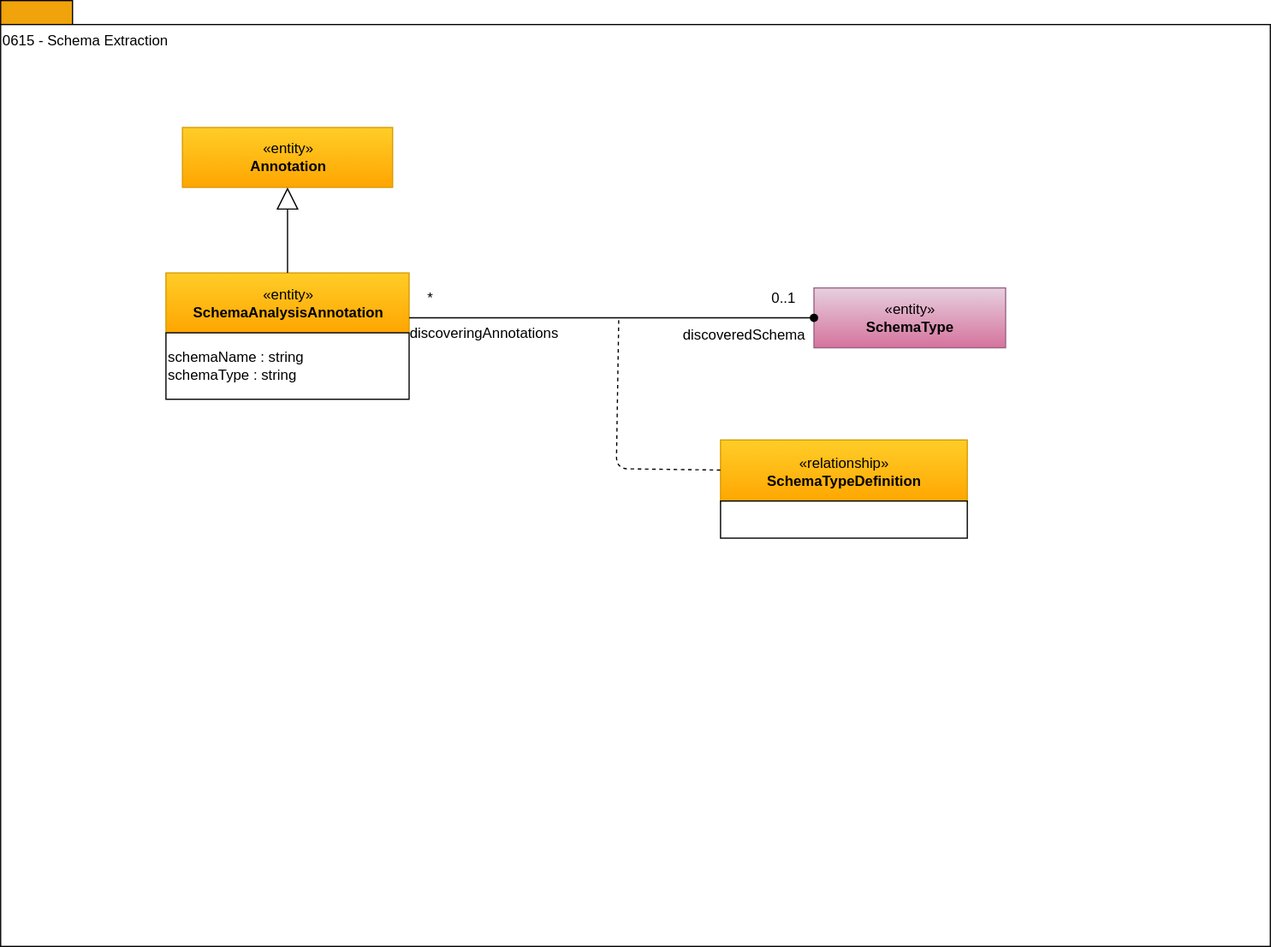
This is site/docs/types/6/0615-Schema-Extraction.svg from odpi/egeria-docs, a draw.io export, as it was before one commit. Source tidied: cells renumbered, new cells last; positions are measured from the earlier drawing's top-left corner, leaving out a move shared by most shapes.
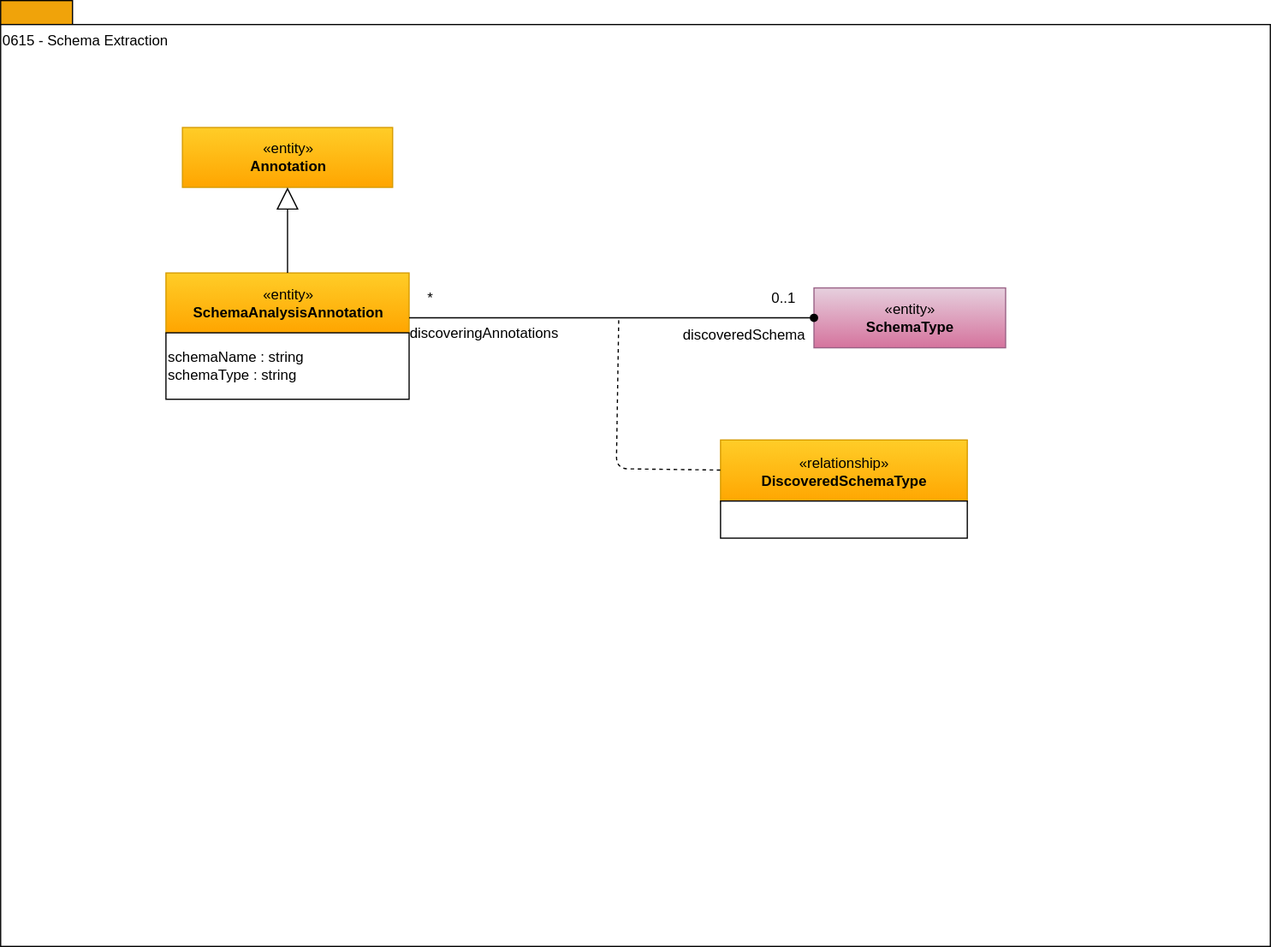
The same diagram one commit later.

The edit, as a diff of the source:
```diff
@@ -32,7 +32,7 @@
     <mxCell id="11" value="0..1" style="text;html=1;strokeColor=none;fillColor=none;align=center;verticalAlign=middle;whiteSpace=wrap;rounded=0;" parent="1" vertex="1">
       <mxGeometry x="634" y="239" width="40" height="20" as="geometry" />
     </mxCell>
-    <mxCell id="12" value="«relationship»&lt;br&gt;&lt;b&gt;SchemaTypeDefinition&lt;/b&gt;" style="html=1;strokeColor=#d79b00;align=center;fillColor=#ffcd28;gradientColor=#ffa500;" parent="1" vertex="1">
+    <mxCell id="12" value="«relationship»&lt;br&gt;&lt;b&gt;DiscoveredSchemaType&lt;/b&gt;" style="html=1;strokeColor=#d79b00;align=center;fillColor=#ffcd28;gradientColor=#ffa500;" parent="1" vertex="1">
       <mxGeometry x="601" y="367" width="206" height="53" as="geometry" />
     </mxCell>
     <mxCell id="13" style="endArrow=none;dashed=1;html=1;" parent="1" edge="1" target="12">
```
